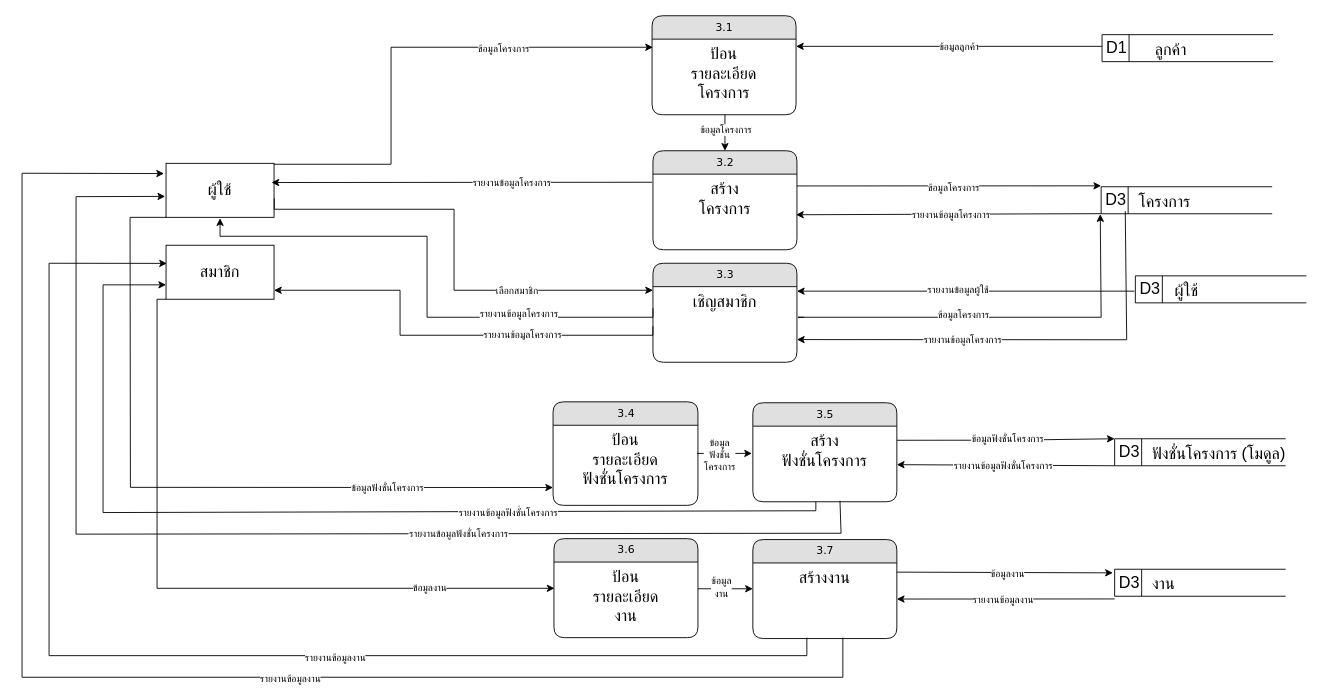
Above: dataflow-pms-3.0.drawio in NewSnooker/it-udvc-pms (draw.io), before the change. Source tidied: cells renumbered, new cells numbered last; positions are measured from the earlier drawing's top-left corner, leaving out a move shared by most shapes. Both pictures are drawn from the tidied source at 90%, with x=0, y=0 at pixel (22, 15).
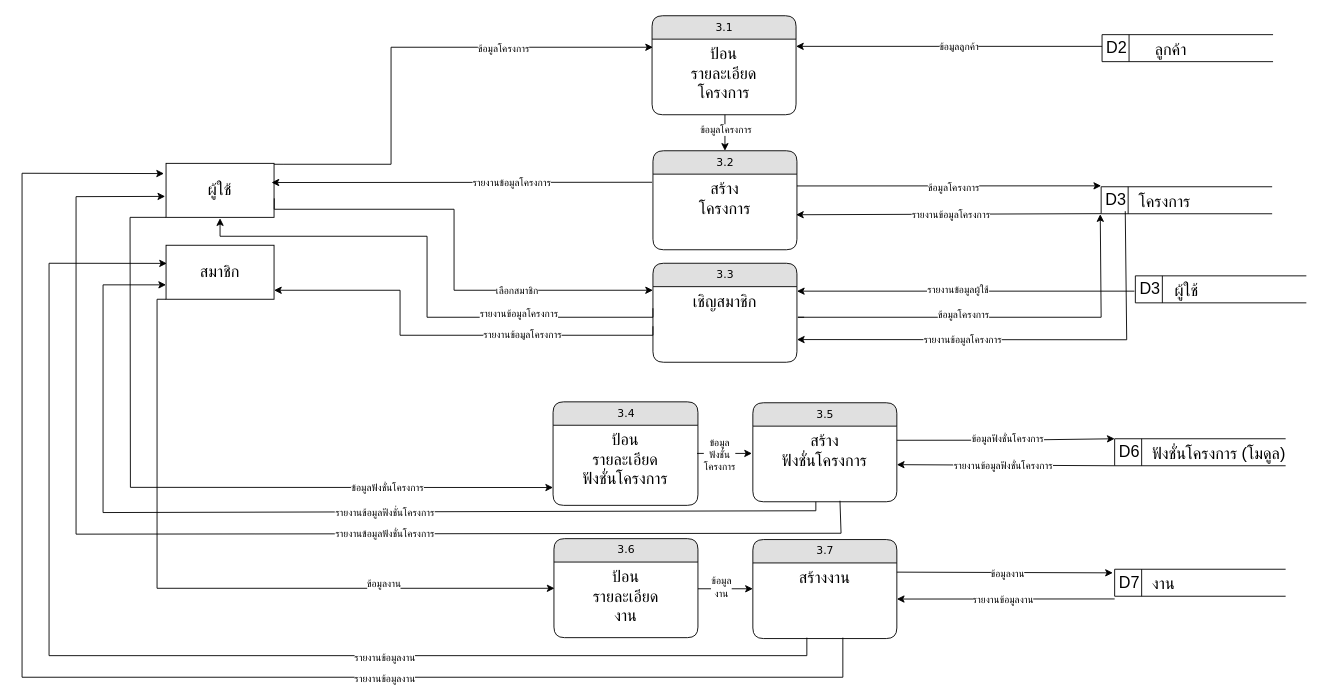
After the change.

The change refers to these unchanged cells:
```xml
<mxCell id="5" style="group;" parent="1" vertex="1">
  <mxGeometry x="1200" y="21" width="190" height="30" as="geometry" />
</mxCell>
<mxCell id="57" style="endArrow=classic;html=1;rounded=0;entryX=0.008;entryY=0.336;entryDx=0;entryDy=0;entryPerimeter=0;" parent="1" edge="1" target="50">
  <mxGeometry relative="1" as="geometry">
    <mxPoint x="872" y="691" as="sourcePoint" />
    <Array as="points">
      <mxPoint x="872" y="711" />
      <mxPoint x="30" y="711" />
      <mxPoint x="30" y="275" />
    </Array>
  </mxGeometry>
</mxCell>
<mxCell id="63" style="endArrow=classic;html=1;rounded=0;entryX=0;entryY=0.75;entryDx=0;entryDy=0;" parent="1" edge="1">
  <mxGeometry relative="1" as="geometry">
    <mxPoint x="882" y="540" as="sourcePoint" />
    <mxPoint x="160" y="299" as="targetPoint" />
    <Array as="points">
      <mxPoint x="882" y="550" />
      <mxPoint x="90" y="552" />
      <mxPoint x="90" y="299" />
    </Array>
  </mxGeometry>
</mxCell>
<mxCell id="65" style="endArrow=classic;html=1;rounded=0;exitX=0;exitY=1;exitDx=0;exitDy=0;edgeStyle=elbowEdgeStyle;entryX=0.004;entryY=0.394;entryDx=0;entryDy=0;entryPerimeter=0;" parent="1" edge="1" source="50" target="17">
  <mxGeometry relative="1" as="geometry">
    <Array as="points">
      <mxPoint x="150" y="515" />
    </Array>
  </mxGeometry>
</mxCell>
<mxCell id="69" style="endArrow=classic;html=1;rounded=0;entryX=-0.008;entryY=0.612;entryDx=0;entryDy=0;entryPerimeter=0;exitX=0.605;exitY=0.987;exitDx=0;exitDy=0;exitPerimeter=0;" parent="1" edge="1" source="27" target="4">
  <mxGeometry relative="1" as="geometry">
    <Array as="points">
      <mxPoint x="910" y="575" />
      <mxPoint x="60" y="576" />
      <mxPoint x="60" y="201" />
    </Array>
  </mxGeometry>
</mxCell>
<mxCell id="71" style="endArrow=classic;html=1;rounded=0;entryX=-0.019;entryY=0.189;entryDx=0;entryDy=0;entryPerimeter=0;" parent="1" edge="1" target="4">
  <mxGeometry relative="1" as="geometry">
    <mxPoint x="912" y="691" as="sourcePoint" />
    <Array as="points">
      <mxPoint x="912" y="735" />
      <mxPoint y="735" />
      <mxPoint y="175" />
    </Array>
  </mxGeometry>
</mxCell>
```

The edit, as a diff of the source:
```diff
@@
-    <mxCell id="6" value="&lt;font style=&quot;font-size: 18px;&quot;&gt;D1&lt;/font&gt;" style="html=1;dashed=0;whiteSpace=wrap;shape=mxgraph.dfd.dataStoreID;align=left;spacingLeft=3;" parent="5" vertex="1">
+    <mxCell id="6" value="&lt;font style=&quot;font-size: 18px;&quot;&gt;D2&lt;/font&gt;" style="html=1;dashed=0;whiteSpace=wrap;shape=mxgraph.dfd.dataStoreID;align=left;spacingLeft=3;" parent="5" vertex="1">
       <mxGeometry width="190" height="30" as="geometry" />
     </mxCell>
@@
-    <mxCell id="14" value="&lt;font style=&quot;font-size: 18px;&quot;&gt;D3&lt;/font&gt;" style="html=1;dashed=0;whiteSpace=wrap;shape=mxgraph.dfd.dataStoreID;align=left;spacingLeft=3;points=[[0,0],[0.5,0],[1,0],[0,0.5],[1,0.5],[0,1],[0.5,1],[1,1]];" parent="1" vertex="1">
+    <mxCell id="14" value="&lt;font style=&quot;font-size: 18px;&quot;&gt;D6&lt;/font&gt;" style="html=1;dashed=0;whiteSpace=wrap;shape=mxgraph.dfd.dataStoreID;align=left;spacingLeft=3;points=[[0,0],[0.5,0],[1,0],[0,0.5],[1,0.5],[0,1],[0.5,1],[1,1]];" parent="1" vertex="1">
       <mxGeometry x="1214" y="470" width="190" height="30" as="geometry" />
     </mxCell>
@@
-    <mxCell id="38" value="&lt;font style=&quot;font-size: 18px;&quot;&gt;D3&lt;/font&gt;" style="html=1;dashed=0;whiteSpace=wrap;shape=mxgraph.dfd.dataStoreID;align=left;spacingLeft=3;" parent="1" vertex="1">
+    <mxCell id="38" value="&lt;font style=&quot;font-size: 18px;&quot;&gt;D7&lt;/font&gt;" style="html=1;dashed=0;whiteSpace=wrap;shape=mxgraph.dfd.dataStoreID;align=left;spacingLeft=3;" parent="1" vertex="1">
       <mxGeometry x="1214" y="615" width="190" height="30" as="geometry" />
     </mxCell>
@@
     <mxCell id="58" value="รายงานข้อมูลงาน" style="edgeLabel;html=1;align=center;verticalAlign=middle;" parent="57" vertex="1">
       <mxGeometry x="-0.07" y="1" relative="1" as="geometry">
-        <mxPoint x="119" as="offset" />
+        <mxPoint x="174" as="offset" />
       </mxGeometry>
     </mxCell>
@@
     <mxCell id="64" value="รายงานข้อมูลฟังชั่นโครงการ" style="edgeLabel;html=1;align=center;verticalAlign=middle;" parent="63" vertex="1">
       <mxGeometry x="-0.07" y="1" relative="1" as="geometry">
-        <mxPoint x="170" y="-1" as="offset" />
+        <mxPoint x="33" y="-1" as="offset" />
       </mxGeometry>
     </mxCell>
@@
     <mxCell id="66" value="ข้อมูลงาน" style="edgeLabel;html=1;align=center;verticalAlign=middle;" parent="65" vertex="1">
-      <mxGeometry x="0.64" y="1" relative="1" as="geometry" />
+      <mxGeometry x="0.64" y="1" relative="1" as="geometry">
+        <mxPoint x="-51" y="-5" as="offset" />
+      </mxGeometry>
     </mxCell>
@@
     <mxCell id="70" value="รายงานข้อมูลฟังชั่นโครงการ" style="edgeLabel;html=1;align=center;verticalAlign=middle;" parent="69" vertex="1">
       <mxGeometry x="-0.07" y="1" relative="1" as="geometry">
-        <mxPoint x="170" y="-1" as="offset" />
+        <mxPoint x="88" y="-1" as="offset" />
       </mxGeometry>
     </mxCell>
@@
     <mxCell id="72" value="รายงานข้อมูลงาน" style="edgeLabel;html=1;align=center;verticalAlign=middle;" parent="71" vertex="1">
       <mxGeometry x="-0.07" y="1" relative="1" as="geometry">
-        <mxPoint x="119" as="offset" />
+        <mxPoint x="224" as="offset" />
       </mxGeometry>
     </mxCell>
```
